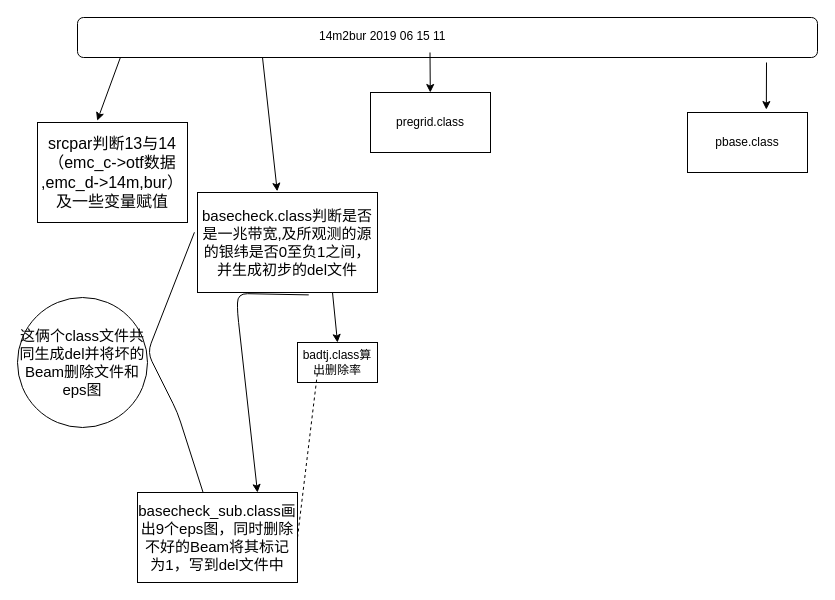
syjin123/jsy keeps this draw.io diagram as 未命名表单.drawio. Above is the earlier version. Source tidied: cells renumbered, new cells numbered last; positions are measured from the earlier drawing's top-left corner, leaving out a move shared by most shapes. Both pictures are drawn from the tidied source at 100%, with x=0, y=0 at pixel (17, 17).
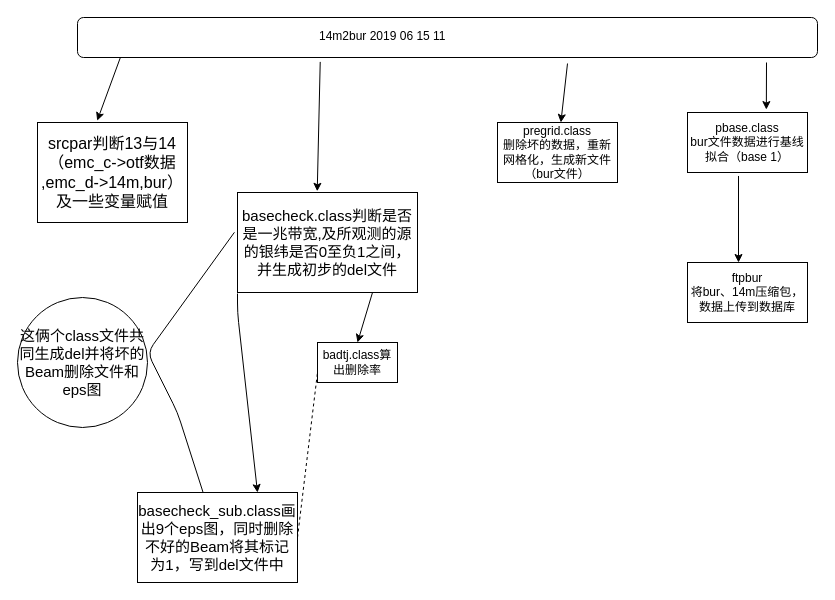
Above is the later version.

The change refers to these unchanged cells:
```xml
<mxCell id="2" style="rounded=1;whiteSpace=wrap;html=1;" parent="1" vertex="1">
  <mxGeometry x="60" width="740" height="40" as="geometry" />
</mxCell>
<mxCell id="3" value="14m2bur 2019 06 15 11" style="text;html=1;" parent="1" vertex="1">
  <mxGeometry x="300" y="5" width="150" height="30" as="geometry" />
</mxCell>
<mxCell id="6" value="&lt;font style=&quot;font-size: 15px&quot;&gt;basecheck_sub.class画出9个eps图，同时删除不好的Beam将其标记为1，写到del文件中&lt;/font&gt;" style="rounded=0;whiteSpace=wrap;html=1;" parent="1" vertex="1">
  <mxGeometry x="120" y="475" width="160" height="90" as="geometry" />
</mxCell>
```

The edit, as a diff of the source:
```diff
@@
     <mxCell id="5" value="&lt;font style=&quot;font-size: 15px&quot;&gt;basecheck.class判断是否是一兆带宽,及所观测的源的银纬是否0至负1之间，并生成初步的del文件&lt;/font&gt;" style="rounded=0;whiteSpace=wrap;html=1;" parent="1" vertex="1">
-      <mxGeometry x="180" y="175" width="180" height="100" as="geometry" />
+      <mxGeometry x="220" y="175" width="180" height="100" as="geometry" />
     </mxCell>
@@
-    <mxCell id="7" style="endArrow=classic;html=1;exitX=0.618;exitY=1.024;exitDx=0;exitDy=0;exitPerimeter=0;entryX=0.75;entryY=0;entryDx=0;entryDy=0;" parent="1" edge="1" source="5" target="6">
+    <mxCell id="7" style="endArrow=classic;html=1;entryX=0.75;entryY=0;entryDx=0;entryDy=0;" parent="1" edge="1" target="6">
       <mxGeometry relative="1" as="geometry">
+        <mxPoint x="220" y="276" as="sourcePoint" />
         <Array as="points">
           <mxPoint x="220" y="276" />
           <mxPoint x="220" y="295" />
         </Array>
       </mxGeometry>
     </mxCell>
-    <mxCell id="8" style="endArrow=classic;html=1;exitX=0.75;exitY=1;exitDx=0;exitDy=0;" parent="1" edge="1" source="5">
-      <mxGeometry relative="1" as="geometry">
-        <mxPoint x="320" y="325" as="targetPoint" />
-      </mxGeometry>
+    <mxCell id="8" style="endArrow=classic;html=1;exitX=0.75;exitY=1;exitDx=0;exitDy=0;entryX=0.5;entryY=0;entryDx=0;entryDy=0;" parent="1" edge="1" source="5" target="9">
+      <mxGeometry relative="1" as="geometry" />
     </mxCell>
     <mxCell id="9" value="badtj.class算出删除率" style="rounded=0;whiteSpace=wrap;html=1;" parent="1" vertex="1">
-      <mxGeometry x="280" y="325" width="80" height="40" as="geometry" />
+      <mxGeometry x="300" y="325" width="80" height="40" as="geometry" />
     </mxCell>
-    <mxCell id="10" style="endArrow=classic;html=1;exitX=0.75;exitY=1;exitDx=0;exitDy=0;" parent="1" edge="1" source="3" target="11">
-      <mxGeometry relative="1" as="geometry" />
+    <mxCell id="10" style="endArrow=classic;html=1;" parent="1" edge="1" target="11">
+      <mxGeometry relative="1" as="geometry">
+        <mxPoint x="550" y="46" as="sourcePoint" />
+      </mxGeometry>
     </mxCell>
-    <mxCell id="11" value="pregrid.class" style="rounded=0;whiteSpace=wrap;html=1;" parent="1" vertex="1">
-      <mxGeometry x="353" y="75" width="120" height="60" as="geometry" />
+    <mxCell id="11" value="pregrid.class&lt;br&gt;删除坏的数据，重新网格化，生成新文件（bur文件）" style="rounded=0;whiteSpace=wrap;html=1;" parent="1" vertex="1">
+      <mxGeometry x="480" y="105" width="120" height="60" as="geometry" />
     </mxCell>
@@
-    <mxCell id="14" value="pbase.class" style="rounded=0;whiteSpace=wrap;html=1;" parent="1" vertex="1">
+    <mxCell id="14" value="pbase.class&lt;br&gt;bur文件数据进行基线拟合（base 1）" style="rounded=0;whiteSpace=wrap;html=1;" parent="1" vertex="1">
       <mxGeometry x="670" y="95" width="120" height="60" as="geometry" />
     </mxCell>
@@
-    <mxCell id="18" style="endArrow=classic;html=1;exitX=0.25;exitY=1;exitDx=0;exitDy=0;entryX=0.443;entryY=-0.012;entryDx=0;entryDy=0;entryPerimeter=0;" parent="1" edge="1" source="2" target="5">
+    <mxCell id="18" style="endArrow=classic;html=1;exitX=0.328;exitY=1.11;exitDx=0;exitDy=0;entryX=0.443;entryY=-0.012;entryDx=0;entryDy=0;entryPerimeter=0;exitPerimeter=0;" parent="1" edge="1" source="2" target="5">
       <mxGeometry relative="1" as="geometry" />
     </mxCell>
+    <mxCell id="19" style="endArrow=classic;html=1;exitX=0.425;exitY=1.058;exitDx=0;exitDy=0;exitPerimeter=0;" parent="1" edge="1" source="14">
+      <mxGeometry relative="1" as="geometry">
+        <mxPoint x="721" y="245" as="targetPoint" />
+      </mxGeometry>
+    </mxCell>
+    <mxCell id="20" value="ftpbur&lt;br&gt;将bur、14m压缩包，数据上传到数据库" style="rounded=0;whiteSpace=wrap;html=1;" parent="1" vertex="1">
+      <mxGeometry x="670" y="245" width="120" height="60" as="geometry" />
+    </mxCell>
```
